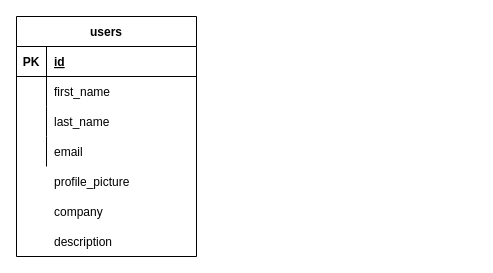
This is Schema.drawio from SantiagoLopez-hub/Graf-us, a draw.io file, before an edit. Source tidied: cells renumbered, new cells numbered last; positions are measured from the earlier drawing's top-left corner, leaving out a move shared by most shapes. Both pictures are drawn from the tidied source at 100%, with x=0, y=0 at pixel (16, 16).
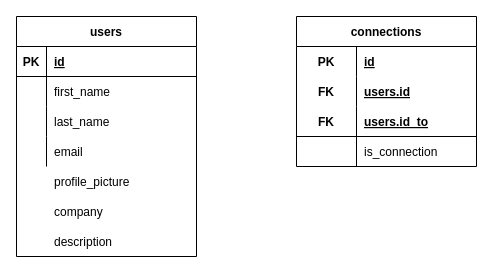
The same page after the edit.

Commit message:
Creating the connections table

The edit, as a diff of the source:
```diff
@@
+    <mxCell id="18" value="connections" style="shape=table;startSize=30;childLayout=tableLayout;rowLines=0;fontStyle=1;align=center;rounded=0;sketch=0;" parent="1" vertex="1">
+      <mxGeometry x="280" width="180" height="150" as="geometry" />
+    </mxCell>
+    <mxCell id="19" style="shape=partialRectangle;fillColor=none;top=0;left=0;bottom=0;right=0;rounded=0;sketch=0;" parent="18" vertex="1">
+      <mxGeometry y="30" width="180" height="30" as="geometry" />
+    </mxCell>
+    <mxCell id="20" value="PK" style="shape=partialRectangle;fillColor=none;top=0;left=0;bottom=0;right=0;fontStyle=1;overflow=hidden;rounded=0;sketch=0;" parent="19" vertex="1">
+      <mxGeometry width="60" height="30" as="geometry" />
+    </mxCell>
+    <mxCell id="21" value="id" style="shape=partialRectangle;fillColor=none;top=0;left=0;bottom=0;right=0;align=left;spacingLeft=6;fontStyle=5;overflow=hidden;rounded=0;sketch=0;" parent="19" vertex="1">
+      <mxGeometry x="60" width="120" height="30" as="geometry" />
+    </mxCell>
+    <mxCell id="22" style="shape=partialRectangle;fillColor=none;top=0;left=0;bottom=0;right=0;rounded=0;sketch=0;" parent="18" vertex="1">
+      <mxGeometry y="60" width="180" height="30" as="geometry" />
+    </mxCell>
+    <mxCell id="23" style="shape=partialRectangle;fillColor=none;top=0;left=0;bottom=0;right=0;overflow=hidden;rounded=0;sketch=0;" parent="22" vertex="1">
+      <mxGeometry width="60" height="30" as="geometry" />
+    </mxCell>
+    <mxCell id="24" style="shape=partialRectangle;fillColor=none;top=0;left=0;bottom=0;right=0;align=left;spacingLeft=6;overflow=hidden;rounded=0;sketch=0;" parent="22" vertex="1">
+      <mxGeometry x="60" width="120" height="30" as="geometry" />
+    </mxCell>
+    <mxCell id="25" style="shape=partialRectangle;fillColor=none;top=0;left=0;bottom=1;right=0;rounded=0;sketch=0;" parent="18" vertex="1">
+      <mxGeometry y="90" width="180" height="30" as="geometry" />
+    </mxCell>
+    <mxCell id="26" value="FK" style="shape=partialRectangle;fillColor=none;top=0;left=0;bottom=0;right=0;fontStyle=1;overflow=hidden;rounded=0;sketch=0;" parent="25" vertex="1">
+      <mxGeometry width="60" height="30" as="geometry" />
+    </mxCell>
+    <mxCell id="27" value="users.id_to" style="shape=partialRectangle;fillColor=none;top=0;left=0;bottom=0;right=0;align=left;spacingLeft=6;fontStyle=5;overflow=hidden;rounded=0;sketch=0;" parent="25" vertex="1">
+      <mxGeometry x="60" width="120" height="30" as="geometry" />
+    </mxCell>
+    <mxCell id="28" style="shape=partialRectangle;fillColor=none;top=0;left=0;bottom=0;right=0;rounded=0;sketch=0;" parent="18" vertex="1">
+      <mxGeometry y="120" width="180" height="30" as="geometry" />
+    </mxCell>
+    <mxCell id="29" style="shape=partialRectangle;fillColor=none;top=0;left=0;bottom=0;right=0;overflow=hidden;rounded=0;sketch=0;" parent="28" vertex="1">
+      <mxGeometry width="60" height="30" as="geometry" />
+    </mxCell>
+    <mxCell id="30" style="shape=partialRectangle;fillColor=none;top=0;left=0;bottom=0;right=0;align=left;spacingLeft=6;overflow=hidden;rounded=0;sketch=0;" parent="28" vertex="1">
+      <mxGeometry x="60" width="120" height="30" as="geometry" />
+    </mxCell>
+    <mxCell id="31" value="is_connection" style="shape=partialRectangle;fillColor=none;top=0;left=0;bottom=0;right=0;align=left;spacingLeft=6;overflow=hidden;rounded=0;sketch=0;" parent="1" vertex="1">
+      <mxGeometry x="340" y="120" width="120" height="30" as="geometry" />
+    </mxCell>
+    <mxCell id="32" value="FK" style="shape=partialRectangle;fillColor=none;top=0;left=0;bottom=0;right=0;fontStyle=1;overflow=hidden;rounded=0;sketch=0;" parent="1" vertex="1">
+      <mxGeometry x="280" y="60" width="60" height="30" as="geometry" />
+    </mxCell>
+    <mxCell id="33" value="users.id" style="shape=partialRectangle;fillColor=none;top=0;left=0;bottom=0;right=0;align=left;spacingLeft=6;fontStyle=5;overflow=hidden;rounded=0;sketch=0;" parent="1" vertex="1">
+      <mxGeometry x="340" y="60" width="120" height="30" as="geometry" />
+    </mxCell>
```
